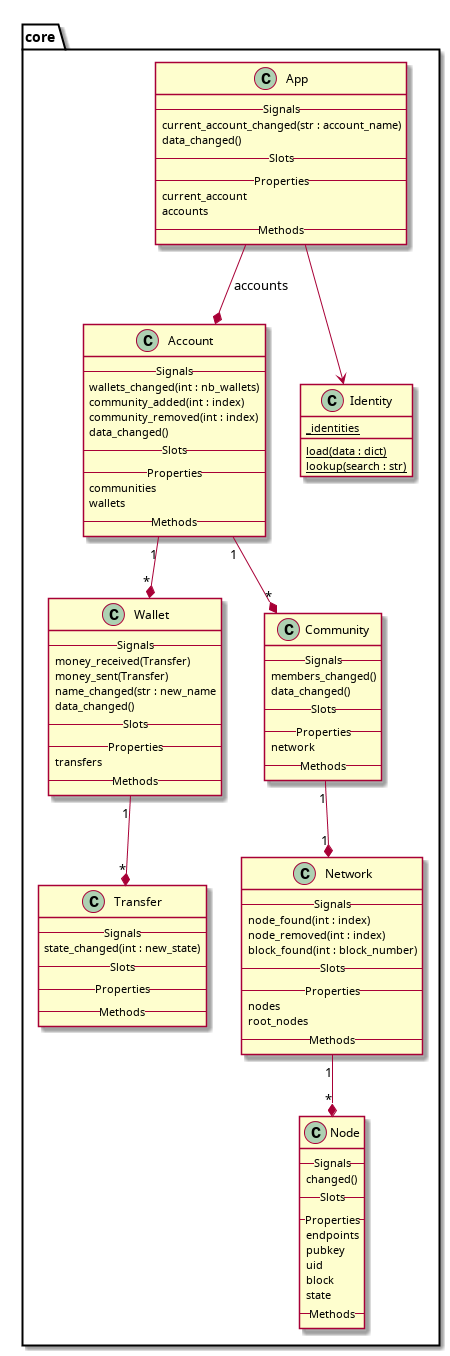
This is doc/uml/core-classes.png from duniter/sakia, a PlantUML export, as it was before one commit.
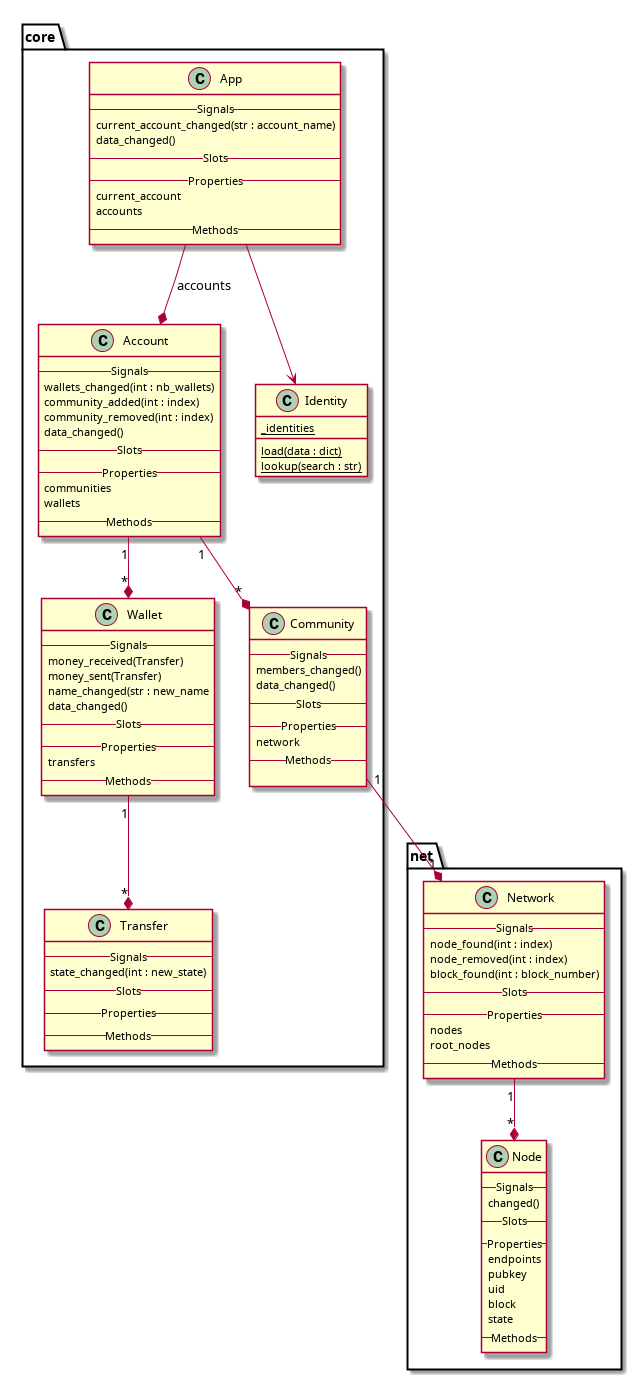
The same diagram one commit later.

Change to the diagram source:
```diff
@@ -57,9 +57,19 @@
 	-- Properties --
 	network
 	-- Methods --
+
 	}
-	Community "1" --* "1" Network
+	App --> Identity
+	class Identity {
+		{static} _identities
+		{static} load(data : dict)
+		{static} lookup(search : str)
+	}
 
+}
+
+
+package net {
 	class Network {
 	-- Signals --
 	node_found(int : index)
@@ -71,6 +81,7 @@
 	root_nodes
 	-- Methods --
 	}
+	Community "1" --* "1" Network
 	Network "1" --* "*" Node
 
 	class Node {
@@ -86,15 +97,5 @@
 	-- Methods --
 	}
 
-	App --> Identity
-	class Identity {
-		{static} _identities
-		{static} load(data : dict)
-		{static} lookup(search : str)
-	}
-
 }
-
-
-
 @enduml
```
